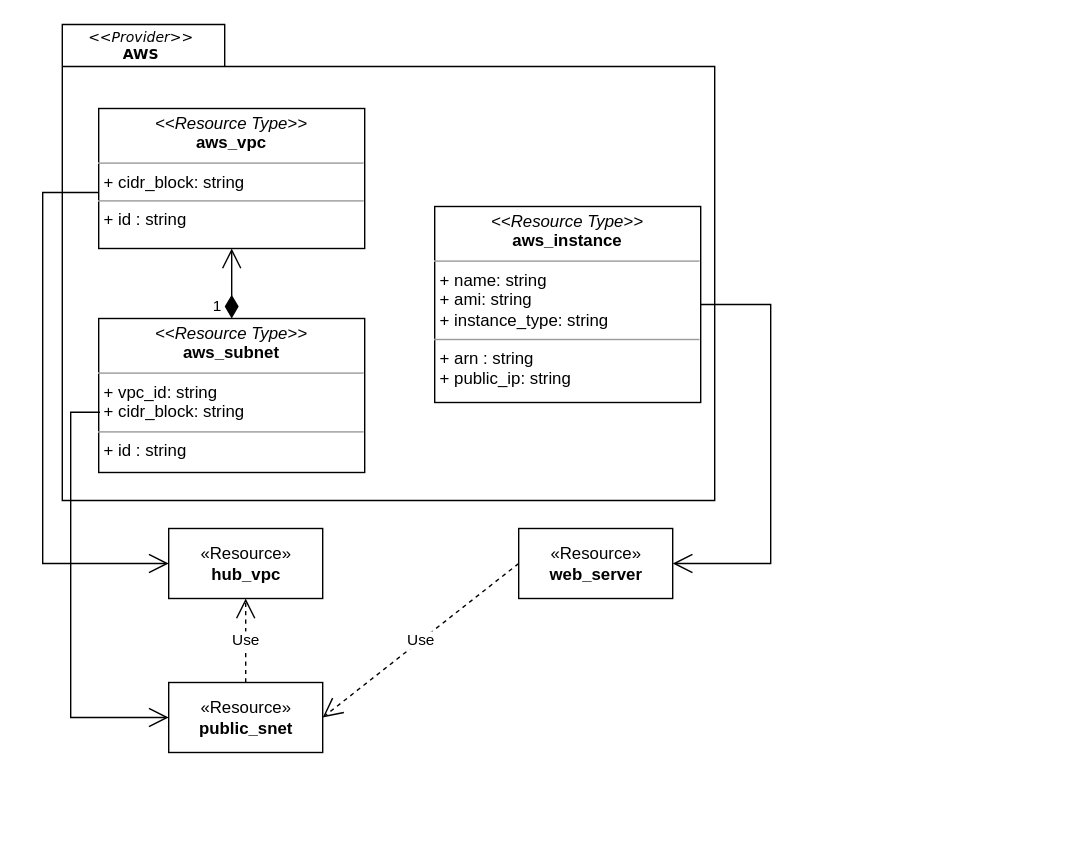
jleonelion/kh-infra-w-tf keeps this draw.io diagram as Diagrams.drawio. Above is the earlier version. Source tidied: cells renumbered, new cells numbered last; positions are measured from the earlier drawing's top-left corner, leaving out a move shared by most shapes. Both pictures are drawn from the tidied source at 140%, with x=0, y=0 at pixel (42, 24).
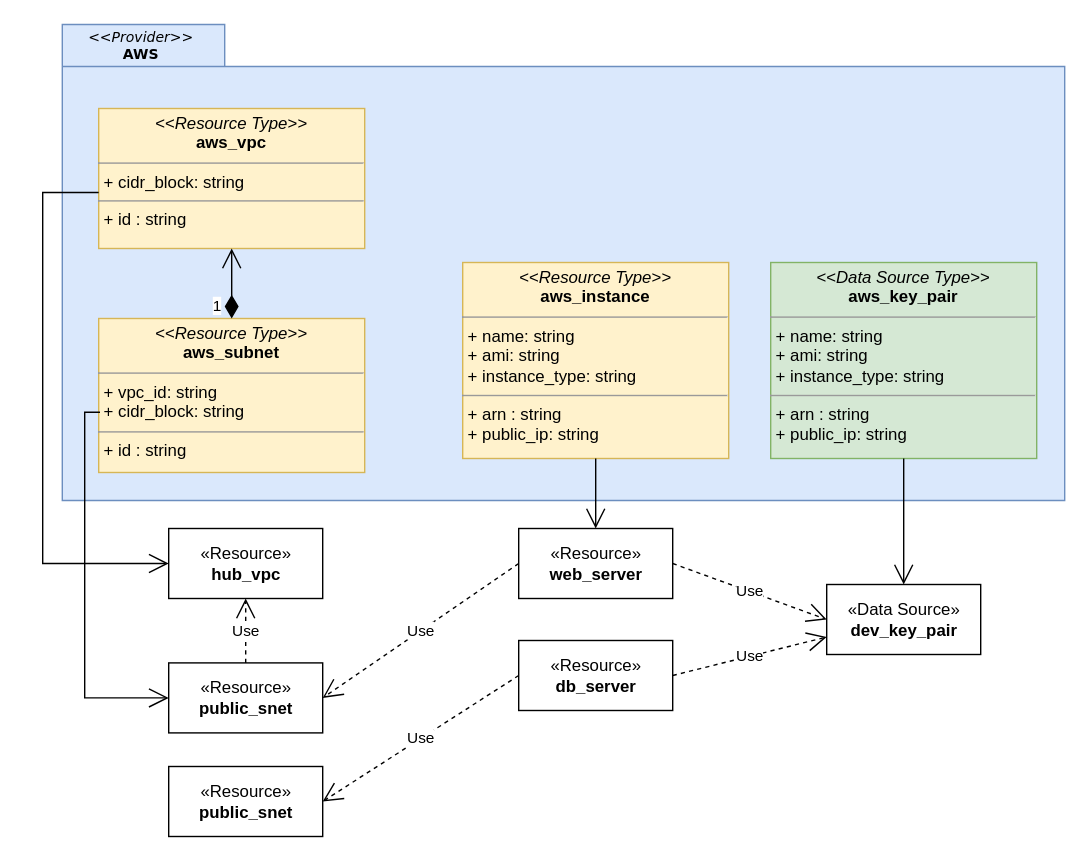
The same page after the edit.

Commit message:
add data source entity

The change refers to these unchanged cells:
```xml
<mxCell id="6" value="«Resource»&lt;br&gt;&lt;b&gt;web_server&lt;/b&gt;" style="html=1;" parent="1" vertex="1">
  <mxGeometry x="340" y="360" width="110" height="50" as="geometry" />
</mxCell>
<mxCell id="9" value="«Resource»&lt;br&gt;&lt;b&gt;hub_vpc&lt;/b&gt;" style="html=1;" parent="1" vertex="1">
  <mxGeometry x="90" y="360" width="110" height="50" as="geometry" />
</mxCell>
```

The edit, as a diff of the source:
```diff
@@
-    <mxCell id="2" style="shape=folder;fontStyle=1;spacingTop=10;tabWidth=116;tabHeight=30;tabPosition=left;html=1;rounded=0;shadow=0;comic=0;labelBackgroundColor=none;strokeWidth=1;fillColor=none;fontFamily=Verdana;fontSize=10;align=center;" parent="1" vertex="1">
-      <mxGeometry x="14" width="466" height="340" as="geometry" />
+    <mxCell id="2" style="shape=folder;fontStyle=1;spacingTop=10;tabWidth=116;tabHeight=30;tabPosition=left;html=1;rounded=0;shadow=0;comic=0;labelBackgroundColor=#eba50f;strokeWidth=1;fillColor=#dae8fc;fontFamily=Verdana;fontSize=10;align=center;strokeColor=#6c8ebf;" parent="1" vertex="1">
+      <mxGeometry x="14" width="716" height="340" as="geometry" />
     </mxCell>
@@
-    <mxCell id="4" value="&lt;p style=&quot;margin:0px;margin-top:4px;text-align:center;&quot;&gt;&lt;i&gt;&amp;lt;&amp;lt;Resource Type&amp;gt;&amp;gt;&lt;/i&gt;&lt;br&gt;&lt;b&gt;aws_instance&lt;/b&gt;&lt;/p&gt;&lt;hr size=&quot;1&quot;&gt;&lt;p style=&quot;margin:0px;margin-left:4px;&quot;&gt;+ name: string&lt;br&gt;+ ami: string&lt;/p&gt;&lt;p style=&quot;margin:0px;margin-left:4px;&quot;&gt;+ instance_type: string&amp;nbsp;&lt;/p&gt;&lt;hr size=&quot;1&quot;&gt;&lt;p style=&quot;margin:0px;margin-left:4px;&quot;&gt;+ arn : string&lt;br&gt;+ public_ip: string&lt;/p&gt;" style="verticalAlign=top;align=left;overflow=fill;fontSize=12;fontFamily=Helvetica;html=1;" parent="1" vertex="1">
-      <mxGeometry x="280" y="130" width="190" height="140" as="geometry" />
+    <mxCell id="4" value="&lt;p style=&quot;margin:0px;margin-top:4px;text-align:center;&quot;&gt;&lt;i&gt;&amp;lt;&amp;lt;Resource Type&amp;gt;&amp;gt;&lt;/i&gt;&lt;br&gt;&lt;b&gt;aws_instance&lt;/b&gt;&lt;/p&gt;&lt;hr size=&quot;1&quot;&gt;&lt;p style=&quot;margin:0px;margin-left:4px;&quot;&gt;+ name: string&lt;br&gt;+ ami: string&lt;/p&gt;&lt;p style=&quot;margin:0px;margin-left:4px;&quot;&gt;+ instance_type: string&amp;nbsp;&lt;/p&gt;&lt;hr size=&quot;1&quot;&gt;&lt;p style=&quot;margin:0px;margin-left:4px;&quot;&gt;+ arn : string&lt;br&gt;+ public_ip: string&lt;/p&gt;" style="verticalAlign=top;align=left;overflow=fill;fontSize=12;fontFamily=Helvetica;html=1;fillColor=#fff2cc;strokeColor=#d6b656;" parent="1" vertex="1">
+      <mxGeometry x="300" y="170" width="190" height="140" as="geometry" />
     </mxCell>
-    <mxCell id="5" value="&lt;p style=&quot;margin:0px;margin-top:4px;text-align:center;&quot;&gt;&lt;i&gt;&amp;lt;&amp;lt;Resource Type&amp;gt;&amp;gt;&lt;/i&gt;&lt;br&gt;&lt;b&gt;aws_vpc&lt;/b&gt;&lt;/p&gt;&lt;hr size=&quot;1&quot;&gt;&lt;p style=&quot;margin:0px;margin-left:4px;&quot;&gt;+ cidr_block: string&lt;br&gt;&lt;/p&gt;&lt;hr size=&quot;1&quot;&gt;&lt;p style=&quot;margin:0px;margin-left:4px;&quot;&gt;+ id : string&lt;br&gt;&lt;/p&gt;" style="verticalAlign=top;align=left;overflow=fill;fontSize=12;fontFamily=Helvetica;html=1;" parent="1" vertex="1">
+    <mxCell id="5" value="&lt;p style=&quot;margin:0px;margin-top:4px;text-align:center;&quot;&gt;&lt;i&gt;&amp;lt;&amp;lt;Resource Type&amp;gt;&amp;gt;&lt;/i&gt;&lt;br&gt;&lt;b&gt;aws_vpc&lt;/b&gt;&lt;/p&gt;&lt;hr size=&quot;1&quot;&gt;&lt;p style=&quot;margin:0px;margin-left:4px;&quot;&gt;+ cidr_block: string&lt;br&gt;&lt;/p&gt;&lt;hr size=&quot;1&quot;&gt;&lt;p style=&quot;margin:0px;margin-left:4px;&quot;&gt;+ id : string&lt;br&gt;&lt;/p&gt;" style="verticalAlign=top;align=left;overflow=fill;fontSize=12;fontFamily=Helvetica;html=1;fillColor=#fff2cc;strokeColor=#d6b656;" parent="1" vertex="1">
       <mxGeometry x="40" y="60" width="190" height="100" as="geometry" />
     </mxCell>
@@
-    <mxCell id="7" style="endArrow=open;endFill=1;endSize=12;html=1;rounded=0;entryX=1;entryY=0.5;entryDx=0;entryDy=0;" parent="1" edge="1" source="4" target="6">
-      <mxGeometry relative="1" as="geometry">
-        <Array as="points">
-          <mxPoint x="520" y="200" />
-          <mxPoint x="520" y="385" />
-        </Array>
-      </mxGeometry>
+    <mxCell id="7" style="endArrow=open;endFill=1;endSize=12;html=1;rounded=0;entryX=0.5;entryY=0;entryDx=0;entryDy=0;exitX=0.5;exitY=1;exitDx=0;exitDy=0;" parent="1" edge="1" source="4" target="6">
+      <mxGeometry relative="1" as="geometry" />
     </mxCell>
-    <mxCell id="8" value="&lt;p style=&quot;margin:0px;margin-top:4px;text-align:center;&quot;&gt;&lt;i&gt;&amp;lt;&amp;lt;Resource Type&amp;gt;&amp;gt;&lt;/i&gt;&lt;br&gt;&lt;b&gt;aws_subnet&lt;/b&gt;&lt;/p&gt;&lt;hr size=&quot;1&quot;&gt;&lt;p style=&quot;margin:0px;margin-left:4px;&quot;&gt;+ vpc_id: string&lt;br&gt;&lt;/p&gt;&lt;p style=&quot;margin:0px;margin-left:4px;&quot;&gt;+ cidr_block: string&lt;/p&gt;&lt;hr size=&quot;1&quot;&gt;&lt;p style=&quot;margin:0px;margin-left:4px;&quot;&gt;+ id : string&lt;br&gt;&lt;/p&gt;" style="verticalAlign=top;align=left;overflow=fill;fontSize=12;fontFamily=Helvetica;html=1;" parent="1" vertex="1">
+    <mxCell id="8" value="&lt;p style=&quot;margin:0px;margin-top:4px;text-align:center;&quot;&gt;&lt;i&gt;&amp;lt;&amp;lt;Resource Type&amp;gt;&amp;gt;&lt;/i&gt;&lt;br&gt;&lt;b&gt;aws_subnet&lt;/b&gt;&lt;/p&gt;&lt;hr size=&quot;1&quot;&gt;&lt;p style=&quot;margin:0px;margin-left:4px;&quot;&gt;+ vpc_id: string&lt;br&gt;&lt;/p&gt;&lt;p style=&quot;margin:0px;margin-left:4px;&quot;&gt;+ cidr_block: string&lt;/p&gt;&lt;hr size=&quot;1&quot;&gt;&lt;p style=&quot;margin:0px;margin-left:4px;&quot;&gt;+ id : string&lt;br&gt;&lt;/p&gt;" style="verticalAlign=top;align=left;overflow=fill;fontSize=12;fontFamily=Helvetica;html=1;fillColor=#fff2cc;strokeColor=#d6b656;" parent="1" vertex="1">
       <mxGeometry x="40" y="210" width="190" height="110" as="geometry" />
     </mxCell>
@@
     <mxCell id="11" value="«Resource»&lt;br&gt;&lt;b&gt;public_snet&lt;/b&gt;" style="html=1;" parent="1" vertex="1">
-      <mxGeometry x="90" y="470" width="110" height="50" as="geometry" />
+      <mxGeometry x="90" y="456" width="110" height="50" as="geometry" />
     </mxCell>
@@
-    <mxCell id="13" style="endArrow=open;endFill=1;endSize=12;html=1;rounded=0;entryX=0;entryY=0.5;entryDx=0;entryDy=0;exitX=0;exitY=0.6;exitDx=0;exitDy=0;exitPerimeter=0;" parent="1" edge="1" source="5" target="9">
+    <mxCell id="13" style="endArrow=open;endFill=1;endSize=12;html=1;rounded=0;entryX=0;entryY=0.5;entryDx=0;entryDy=0;exitX=0;exitY=0.6;exitDx=0;exitDy=0;exitPerimeter=0;edgeStyle=orthogonalEdgeStyle;" parent="1" edge="1" source="5" target="9">
       <mxGeometry relative="1" as="geometry">
         <Array as="points">
           <mxPoint y="120" />
           <mxPoint y="385" />
         </Array>
       </mxGeometry>
     </mxCell>
-    <mxCell id="14" style="endArrow=open;endFill=1;endSize=12;html=1;rounded=0;entryX=0;entryY=0.5;entryDx=0;entryDy=0;exitX=0.005;exitY=0.609;exitDx=0;exitDy=0;exitPerimeter=0;" parent="1" edge="1" source="8" target="11">
+    <mxCell id="14" style="endArrow=open;endFill=1;endSize=12;html=1;rounded=0;entryX=0;entryY=0.5;entryDx=0;entryDy=0;exitX=0.005;exitY=0.609;exitDx=0;exitDy=0;exitPerimeter=0;edgeStyle=orthogonalEdgeStyle;" parent="1" edge="1" source="8" target="11">
       <mxGeometry relative="1" as="geometry">
         <Array as="points">
-          <mxPoint x="20" y="277" />
-          <mxPoint x="20" y="495" />
+          <mxPoint x="30" y="277" />
+          <mxPoint x="30" y="481" />
         </Array>
       </mxGeometry>
     </mxCell>
@@
+    <mxCell id="16" value="&lt;p style=&quot;margin:0px;margin-top:4px;text-align:center;&quot;&gt;&lt;i&gt;&amp;lt;&amp;lt;Data Source Type&amp;gt;&amp;gt;&lt;/i&gt;&lt;br&gt;&lt;b&gt;aws_key_pair&lt;/b&gt;&lt;/p&gt;&lt;hr size=&quot;1&quot;&gt;&lt;p style=&quot;margin:0px;margin-left:4px;&quot;&gt;+ name: string&lt;br&gt;+ ami: string&lt;/p&gt;&lt;p style=&quot;margin:0px;margin-left:4px;&quot;&gt;+ instance_type: string&amp;nbsp;&lt;/p&gt;&lt;hr size=&quot;1&quot;&gt;&lt;p style=&quot;margin:0px;margin-left:4px;&quot;&gt;+ arn : string&lt;br&gt;+ public_ip: string&lt;/p&gt;" style="verticalAlign=top;align=left;overflow=fill;fontSize=12;fontFamily=Helvetica;html=1;fillColor=#d5e8d4;strokeColor=#82b366;" parent="1" vertex="1">
+      <mxGeometry x="520" y="170" width="190" height="140" as="geometry" />
+    </mxCell>
+    <mxCell id="17" value="«Resource»&lt;br&gt;&lt;b&gt;db_server&lt;/b&gt;" style="html=1;" parent="1" vertex="1">
+      <mxGeometry x="340" y="440" width="110" height="50" as="geometry" />
+    </mxCell>
+    <mxCell id="18" value="«Resource»&lt;br&gt;&lt;b&gt;public_snet&lt;/b&gt;" style="html=1;" parent="1" vertex="1">
+      <mxGeometry x="90" y="530" width="110" height="50" as="geometry" />
+    </mxCell>
+    <mxCell id="19" value="Use" style="endArrow=open;endSize=12;dashed=1;html=1;rounded=0;exitX=0;exitY=0.5;exitDx=0;exitDy=0;entryX=1;entryY=0.5;entryDx=0;entryDy=0;" parent="1" edge="1" source="17" target="18">
+      <mxGeometry relative="1" as="geometry" />
+    </mxCell>
+    <mxCell id="20" value="«Data Source»&lt;br&gt;&lt;b&gt;dev_key_pair&lt;/b&gt;" style="html=1;" parent="1" vertex="1">
+      <mxGeometry x="560" y="400" width="110" height="50" as="geometry" />
+    </mxCell>
+    <mxCell id="21" value="Use" style="endArrow=open;endSize=12;dashed=1;html=1;rounded=0;exitX=1;exitY=0.5;exitDx=0;exitDy=0;entryX=0;entryY=0.5;entryDx=0;entryDy=0;" parent="1" edge="1" source="6" target="20">
+      <mxGeometry relative="1" as="geometry" />
+    </mxCell>
+    <mxCell id="22" value="Use" style="endArrow=open;endSize=12;dashed=1;html=1;rounded=0;exitX=1;exitY=0.5;exitDx=0;exitDy=0;entryX=0;entryY=0.75;entryDx=0;entryDy=0;" parent="1" edge="1" source="17" target="20">
+      <mxGeometry relative="1" as="geometry" />
+    </mxCell>
+    <mxCell id="23" style="endArrow=open;endFill=1;endSize=12;html=1;rounded=0;edgeStyle=orthogonalEdgeStyle;" parent="1" edge="1" source="16" target="20">
+      <mxGeometry relative="1" as="geometry" />
+    </mxCell>
```
